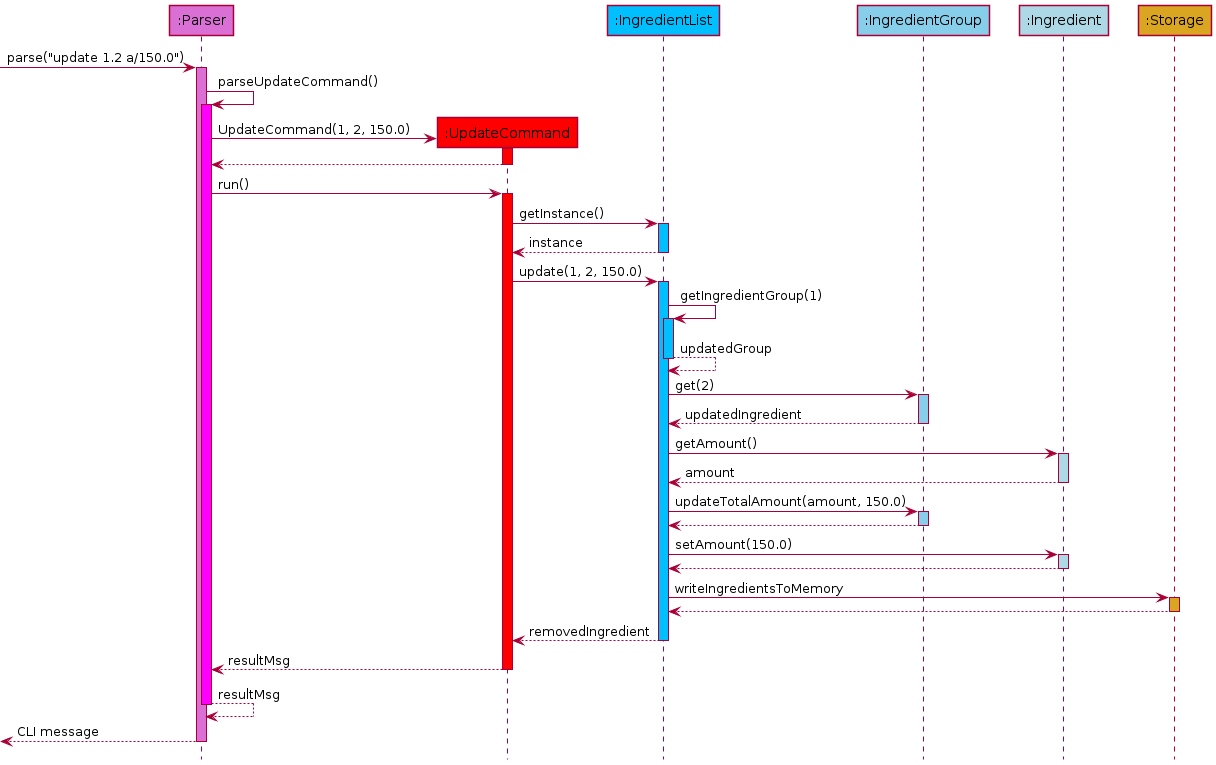
The PlantUML diagram docs/images/UpdateSequenceDiagram.png in nus-cs2113-AY2122S1/tp, before a commit. The source it was exported from:
```plantuml
@startuml
!define UI_COLOUR #LimeGreen
!define PARSER_COLOUR #Orchid
!define PARSER_COLOUR_S1 #Magenta
!define INGREDIENTLIST_COLOUR #DeepSkyBlue
!define INGREDIENTGROUP_COLOUR #SkyBlue
!define INGREDIENT_COLOUR #LightBlue
!define STORAGE_COLOUR #GoldenRod
!define COMMAND_COLOUR #Red
!define COMMAND_COLOUR_S1 #Pink
!define COMMAND_COLOUR_S2 #DarkSalmon
!define DATE_COLOUR #Khaki
!define MAIN_COLOUR #Grey

skinparam MinClassWidth 50
skinparam MaxClassWidth 200
skinparam ParticipantPadding 10
skinparam Shadowing false
skinparam DefaultTextAlignment center
skinparam packageStyle Rectangle

skinparam Class {
    BorderThickness 1
    BorderColor #FFFFFF
}

hide footbox
hide members
hide circle



Participant ":Parser" as parser PARSER_COLOUR
Participant ":UpdateCommand" as update COMMAND_COLOUR
Participant ":IngredientList" as ingredient_list INGREDIENTLIST_COLOUR
Participant ":IngredientGroup" as ingredient_group INGREDIENTGROUP_COLOUR
Participant ":Ingredient" as ingredient INGREDIENT_COLOUR
Participant ":Storage" as storage STORAGE_COLOUR

-> parser : parse("update 1.2 a/150.0")
activate parser PARSER_COLOUR

parser -> parser : parseUpdateCommand()
activate parser PARSER_COLOUR_S1

parser -> update **: UpdateCommand(1, 2, 150.0)
activate update COMMAND_COLOUR
return

parser -> update : run()
activate update COMMAND_COLOUR

update -> ingredient_list : getInstance()
activate ingredient_list INGREDIENTLIST_COLOUR
return instance

update -> ingredient_list : update(1, 2, 150.0)
activate ingredient_list INGREDIENTLIST_COLOUR

ingredient_list -> ingredient_list : getIngredientGroup(1)
activate ingredient_list INGREDIENTLIST_COLOUR
return updatedGroup

ingredient_list -> ingredient_group : get(2)
activate ingredient_group INGREDIENTGROUP_COLOUR
return updatedIngredient

ingredient_list -> ingredient : getAmount()
activate ingredient INGREDIENT_COLOUR
return amount

ingredient_list -> ingredient_group : updateTotalAmount(amount, 150.0)
activate ingredient_group INGREDIENTGROUP_COLOUR
return

ingredient_list -> ingredient : setAmount(150.0)
activate ingredient INGREDIENT_COLOUR
return

ingredient_list -> storage : writeIngredientsToMemory
activate storage STORAGE_COLOUR
return

return removedIngredient

return resultMsg

return resultMsg

return CLI message
@enduml
```
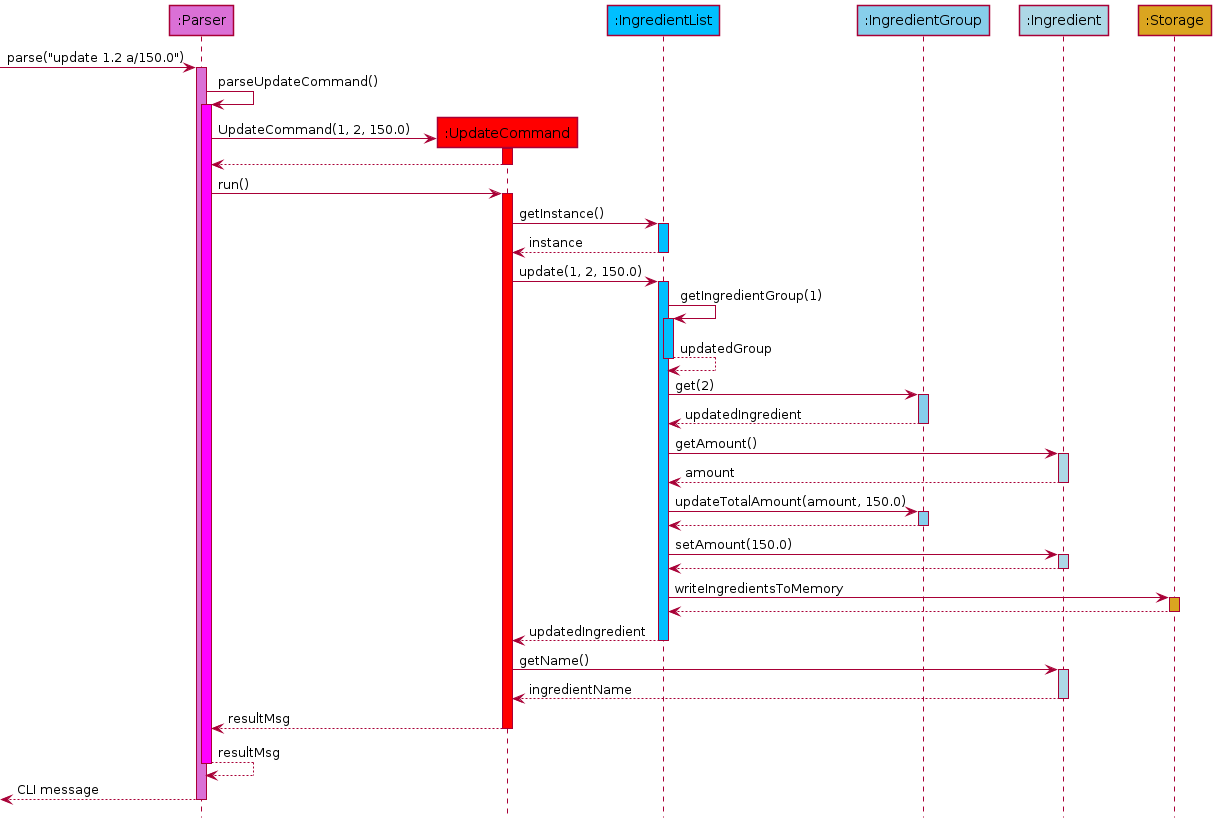
After the change.

Commit message:
changes to subtract & update; updated UG/DG, PUML Diagrams added

Diff of the diagram source:
```diff
@@ -81,7 +81,11 @@
 activate storage STORAGE_COLOUR
 return
 
-return removedIngredient
+return updatedIngredient
+
+update -> ingredient : getName()
+activate ingredient INGREDIENT_COLOUR
+return ingredientName
 
 return resultMsg
 
```
